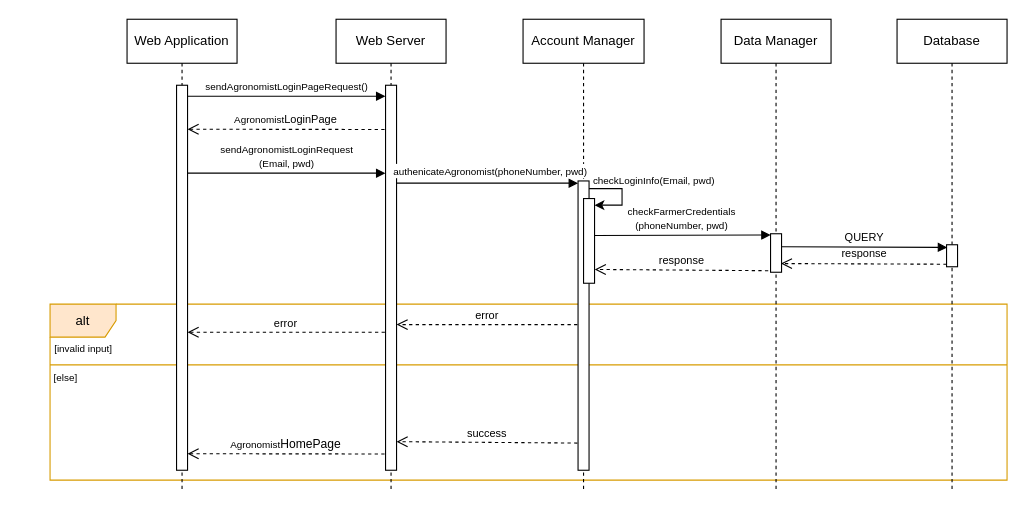
The draw.io diagram page "A-login" (11 of 18) of DD/UML/Runtime.drawio in ictar/DREAM-SE2-Project-2022, before the edit. Source tidied: cells renumbered, new cells numbered last; positions are measured from the earlier drawing's top-left corner, leaving out a move shared by most shapes. Both pictures are drawn from the tidied source at 110%, with x=0, y=0 at pixel (19, 19).
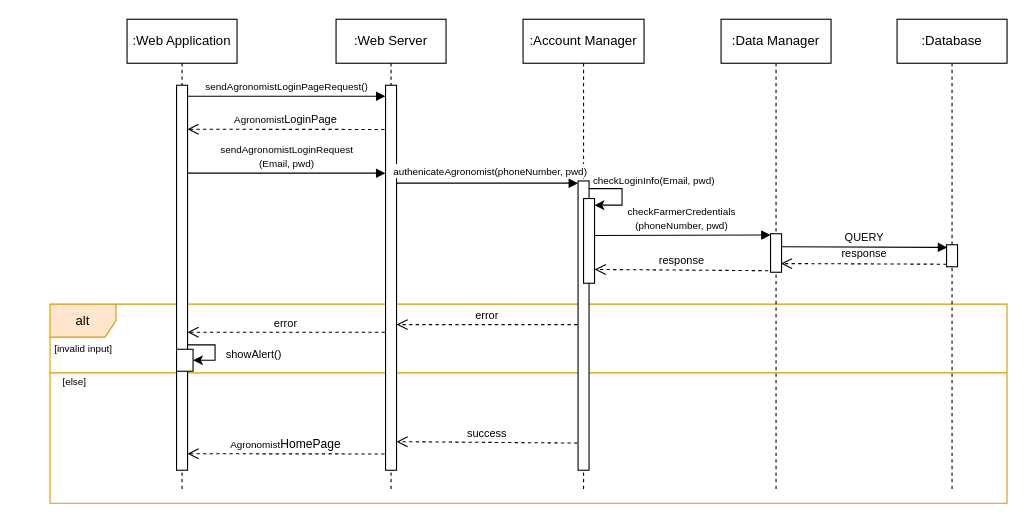
After the change.

Change to the diagram source:
```diff
@@
+    <mxCell id="3" value="alt" style="shape=umlFrame;whiteSpace=wrap;html=1;fillColor=#ffe6cc;strokeColor=#d79b00;" parent="1" vertex="1">
+      <mxGeometry x="28" y="259" width="870" height="181" as="geometry" />
+    </mxCell>
@@
-    <mxCell id="3" value="alt" style="shape=umlFrame;whiteSpace=wrap;html=1;fillColor=#ffe6cc;strokeColor=#d79b00;" parent="1" vertex="1">
-      <mxGeometry x="28" y="259" width="870" height="160" as="geometry" />
-    </mxCell>
-    <mxCell id="4" value="Web Application" style="shape=umlLifeline;perimeter=lifelinePerimeter;whiteSpace=wrap;html=1;" parent="1" vertex="1">
-      <mxGeometry x="98" width="100" height="430" as="geometry" />
-    </mxCell>
-    <mxCell id="5" value="Web Server" style="shape=umlLifeline;perimeter=lifelinePerimeter;whiteSpace=wrap;html=1;" parent="1" vertex="1">
-      <mxGeometry x="288" width="100" height="430" as="geometry" />
-    </mxCell>
+    <mxCell id="31" value=":Web Application" style="shape=umlLifeline;perimeter=lifelinePerimeter;whiteSpace=wrap;html=1;" parent="1" vertex="1">
+      <mxGeometry x="98" width="100" height="430" as="geometry" />
+    </mxCell>
+    <mxCell id="32" value=":Web Server" style="shape=umlLifeline;perimeter=lifelinePerimeter;whiteSpace=wrap;html=1;" parent="1" vertex="1">
+      <mxGeometry x="288" width="100" height="430" as="geometry" />
+    </mxCell>
-    <mxCell id="6" style="html=1;points=[];perimeter=orthogonalPerimeter;" parent="5" vertex="1">
+    <mxCell id="6" style="html=1;points=[];perimeter=orthogonalPerimeter;" parent="32" vertex="1">
       <mxGeometry x="45" y="60" width="10" height="350" as="geometry" />
     </mxCell>
@@
-    <mxCell id="11" value="Account Manager" style="shape=umlLifeline;perimeter=lifelinePerimeter;whiteSpace=wrap;html=1;" parent="1" vertex="1">
-      <mxGeometry x="458" width="110" height="430" as="geometry" />
-    </mxCell>
+    <mxCell id="33" value=":Account Manager" style="shape=umlLifeline;perimeter=lifelinePerimeter;whiteSpace=wrap;html=1;" parent="1" vertex="1">
+      <mxGeometry x="458" width="110" height="430" as="geometry" />
+    </mxCell>
-    <mxCell id="12" style="html=1;perimeter=orthogonalPerimeter;" parent="11" vertex="1">
+    <mxCell id="12" style="html=1;perimeter=orthogonalPerimeter;" parent="33" vertex="1">
       <mxGeometry x="50" y="147" width="10" height="263" as="geometry" />
     </mxCell>
-    <mxCell id="13" value="Data Manager" style="shape=umlLifeline;perimeter=lifelinePerimeter;whiteSpace=wrap;html=1;" parent="1" vertex="1">
-      <mxGeometry x="638" width="100" height="430" as="geometry" />
-    </mxCell>
+    <mxCell id="34" value=":Data Manager" style="shape=umlLifeline;perimeter=lifelinePerimeter;whiteSpace=wrap;html=1;" parent="1" vertex="1">
+      <mxGeometry x="638" width="100" height="430" as="geometry" />
+    </mxCell>
-    <mxCell id="14" style="html=1;points=[];perimeter=orthogonalPerimeter;" parent="13" vertex="1">
+    <mxCell id="14" style="html=1;points=[];perimeter=orthogonalPerimeter;" parent="34" vertex="1">
       <mxGeometry x="45" y="195" width="10" height="35" as="geometry" />
     </mxCell>
-    <mxCell id="15" value="Database" style="shape=umlLifeline;perimeter=lifelinePerimeter;whiteSpace=wrap;html=1;" parent="1" vertex="1">
-      <mxGeometry x="798" width="100" height="430" as="geometry" />
-    </mxCell>
+    <mxCell id="35" value=":Database" style="shape=umlLifeline;perimeter=lifelinePerimeter;whiteSpace=wrap;html=1;" parent="1" vertex="1">
+      <mxGeometry x="798" width="100" height="430" as="geometry" />
+    </mxCell>
-    <mxCell id="16" style="html=1;points=[];perimeter=orthogonalPerimeter;" parent="15" vertex="1">
+    <mxCell id="16" style="html=1;points=[];perimeter=orthogonalPerimeter;" parent="35" vertex="1">
       <mxGeometry x="45" y="205" width="10" height="20" as="geometry" />
     </mxCell>
@@
-    <mxCell id="21" value="&lt;font style=&quot;font-size: 10px&quot;&gt;error&lt;/font&gt;" style="html=1;verticalAlign=bottom;endArrow=open;dashed=1;endSize=8;rounded=0;exitX=-0.067;exitY=0.831;exitDx=0;exitDy=0;exitPerimeter=0;" parent="1" edge="1">
-      <mxGeometry relative="1" as="geometry">
-        <mxPoint x="507.4" y="277.6" as="sourcePoint" />
-        <mxPoint x="343" y="277.6" as="targetPoint" />
-      </mxGeometry>
-    </mxCell>
-    <mxCell id="22" value="&lt;font style=&quot;font-size: 10px&quot;&gt;error&lt;/font&gt;" style="html=1;verticalAlign=bottom;endArrow=open;dashed=1;endSize=8;rounded=0;exitX=-0.067;exitY=0.831;exitDx=0;exitDy=0;exitPerimeter=0;" parent="1" edge="1">
-      <mxGeometry relative="1" as="geometry">
-        <mxPoint x="332.4" y="284.6" as="sourcePoint" />
-        <mxPoint x="153" y="284.6" as="targetPoint" />
-      </mxGeometry>
-    </mxCell>
+    <mxCell id="36" value="&lt;font style=&quot;font-size: 10px&quot;&gt;error&lt;/font&gt;" style="html=1;verticalAlign=bottom;endArrow=open;dashed=1;endSize=8;rounded=0;exitX=-0.067;exitY=0.831;exitDx=0;exitDy=0;exitPerimeter=0;" parent="1" edge="1">
+      <mxGeometry relative="1" as="geometry">
+        <mxPoint x="507.4" y="277.6" as="sourcePoint" />
+        <mxPoint x="343" y="277.6" as="targetPoint" />
+      </mxGeometry>
+    </mxCell>
+    <mxCell id="37" value="&lt;font style=&quot;font-size: 10px&quot;&gt;error&lt;/font&gt;" style="html=1;verticalAlign=bottom;endArrow=open;dashed=1;endSize=8;rounded=0;exitX=-0.067;exitY=0.831;exitDx=0;exitDy=0;exitPerimeter=0;" parent="1" edge="1">
+      <mxGeometry relative="1" as="geometry">
+        <mxPoint x="332.4" y="284.6" as="sourcePoint" />
+        <mxPoint x="153" y="284.6" as="targetPoint" />
+      </mxGeometry>
+    </mxCell>
@@
     <mxCell id="24" value="&lt;font style=&quot;font-size: 9px&quot;&gt;[else]&lt;/font&gt;" style="text;html=1;strokeColor=none;fillColor=none;align=center;verticalAlign=middle;whiteSpace=wrap;rounded=0;" parent="1" vertex="1">
-      <mxGeometry y="310" width="85" height="30" as="geometry" />
+      <mxGeometry x="8" y="314" width="85" height="30" as="geometry" />
     </mxCell>
@@
-    <mxCell id="29" style="endArrow=classic;html=1;rounded=0;fontSize=9;edgeStyle=orthogonalEdgeStyle;endFill=1;" parent="1" edge="1">
-      <mxGeometry relative="1" as="geometry">
-        <mxPoint x="518" y="154" as="sourcePoint" />
-        <mxPoint x="523" y="169" as="targetPoint" />
-        <Array as="points">
-          <mxPoint x="548" y="154" />
-          <mxPoint x="548" y="169" />
-        </Array>
-      </mxGeometry>
-    </mxCell>
+    <mxCell id="38" style="endArrow=classic;html=1;rounded=0;fontSize=9;edgeStyle=orthogonalEdgeStyle;endFill=1;" parent="1" edge="1">
+      <mxGeometry relative="1" as="geometry">
+        <mxPoint x="518" y="154" as="sourcePoint" />
+        <mxPoint x="523" y="169" as="targetPoint" />
+        <Array as="points">
+          <mxPoint x="548" y="154" />
+          <mxPoint x="548" y="169" />
+        </Array>
+      </mxGeometry>
+    </mxCell>
@@
+    <mxCell id="39" style="html=1;perimeter=orthogonalPerimeter;" parent="1" vertex="1">
+      <mxGeometry x="143" y="300" width="15" height="20" as="geometry" />
+    </mxCell>
+    <mxCell id="40" style="endArrow=classic;html=1;rounded=0;fontSize=9;edgeStyle=orthogonalEdgeStyle;endFill=1;" parent="1" edge="1">
+      <mxGeometry relative="1" as="geometry">
+        <mxPoint x="153" y="296" as="sourcePoint" />
+        <mxPoint x="158" y="310" as="targetPoint" />
+        <Array as="points">
+          <mxPoint x="178" y="296" />
+          <mxPoint x="178" y="310" />
+        </Array>
+      </mxGeometry>
+    </mxCell>
+    <mxCell id="41" value="showAlert()" style="text;html=1;align=center;verticalAlign=middle;strokeColor=none;fillColor=none;fontSize=10;" parent="1" vertex="1">
+      <mxGeometry x="178" y="294" width="70" height="20" as="geometry" />
+    </mxCell>
```
